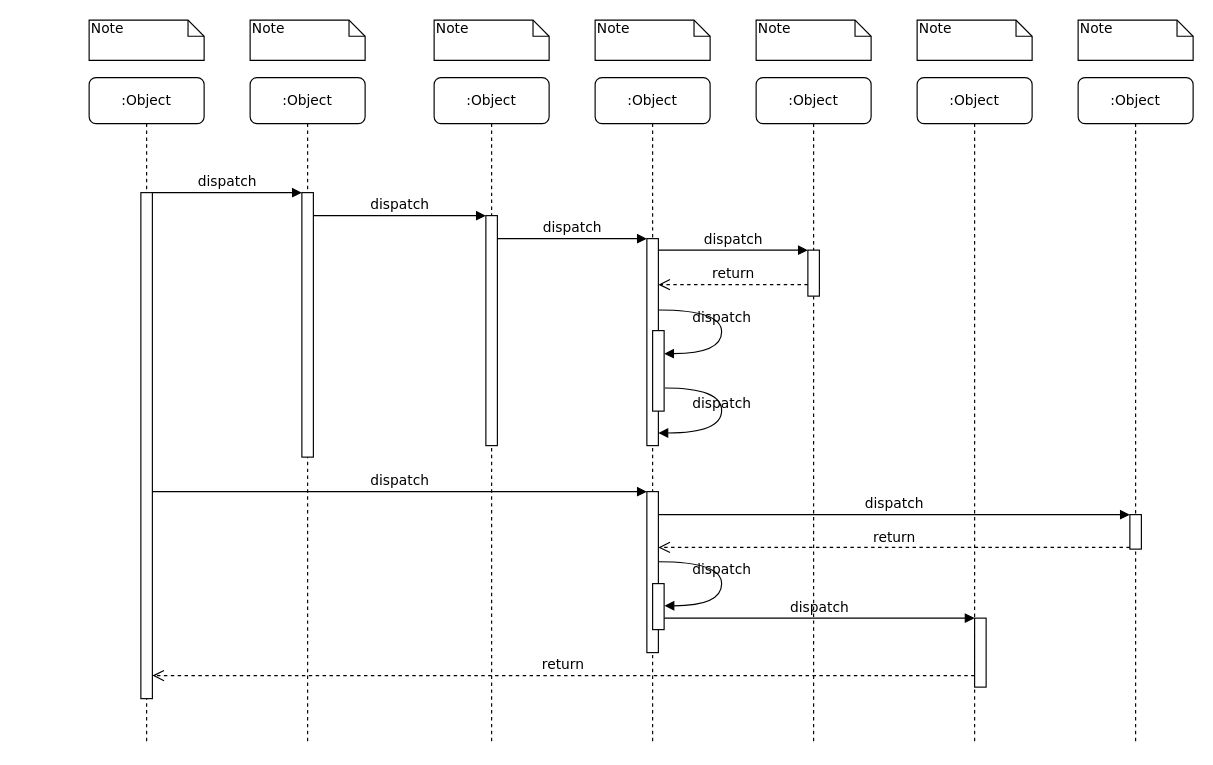
Before: Untitled Diagram.drawio in VinaiRamadhin/COMP2606A1, a draw.io diagram. Source tidied: cells renumbered, new cells numbered last; positions are measured from the earlier drawing's top-left corner, leaving out a move shared by most shapes. Both pictures are drawn from the tidied source at 115%, with x=0, y=0 at pixel (89, 20).
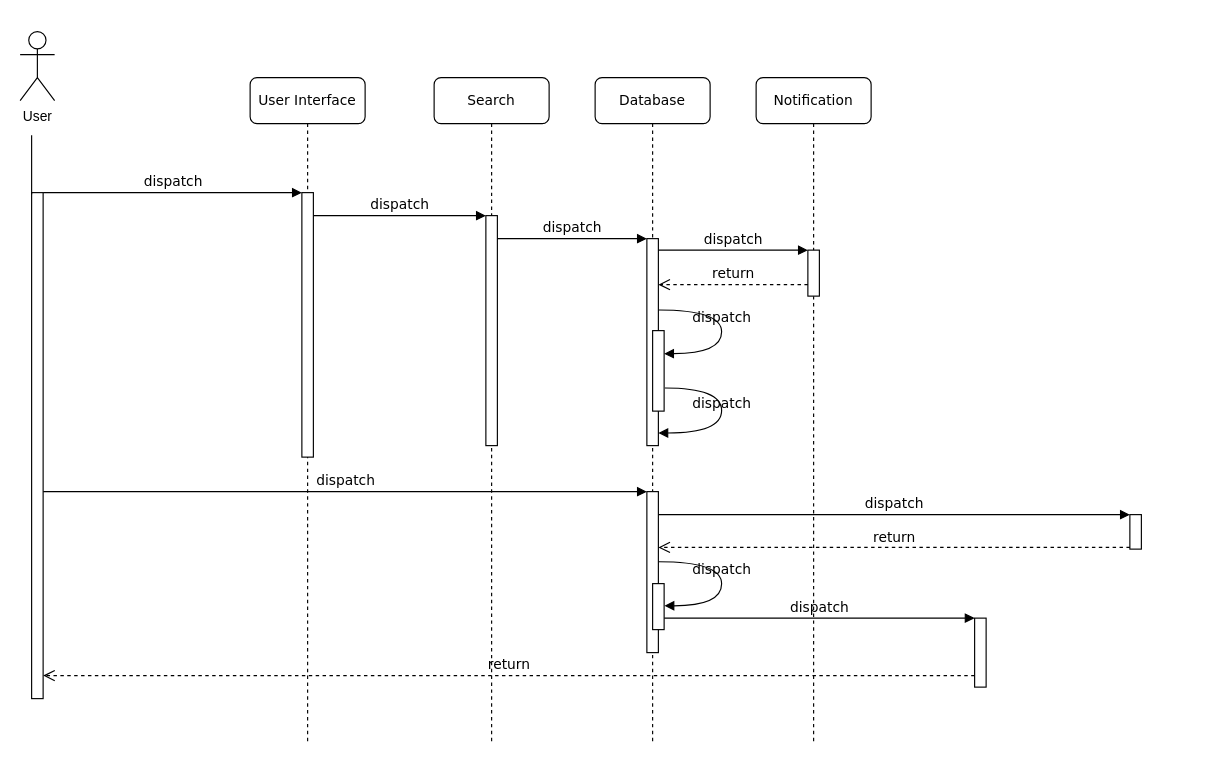
The same page after the edit.

Commit message:
sequence diagram

What changed in the source:
```diff
@@
-    <mxCell id="2" value=":Object" style="shape=umlLifeline;perimeter=lifelinePerimeter;whiteSpace=wrap;html=1;rounded=1;shadow=0;comic=0;labelBackgroundColor=none;strokeWidth=1;fontFamily=Verdana;fontSize=12;align=center;" parent="1" vertex="1">
+    <mxCell id="2" value="User Interface" style="shape=umlLifeline;perimeter=lifelinePerimeter;whiteSpace=wrap;html=1;rounded=1;shadow=0;comic=0;labelBackgroundColor=none;strokeWidth=1;fontFamily=Verdana;fontSize=12;align=center;" parent="1" vertex="1">
       <mxGeometry x="140" y="50" width="100" height="580" as="geometry" />
     </mxCell>
@@
-    <mxCell id="4" value=":Object" style="shape=umlLifeline;perimeter=lifelinePerimeter;whiteSpace=wrap;html=1;rounded=1;shadow=0;comic=0;labelBackgroundColor=none;strokeWidth=1;fontFamily=Verdana;fontSize=12;align=center;" parent="1" vertex="1">
+    <mxCell id="4" value="Search" style="shape=umlLifeline;perimeter=lifelinePerimeter;whiteSpace=wrap;html=1;rounded=1;shadow=0;comic=0;labelBackgroundColor=none;strokeWidth=1;fontFamily=Verdana;fontSize=12;align=center;" parent="1" vertex="1">
       <mxGeometry x="300" y="50" width="100" height="580" as="geometry" />
     </mxCell>
@@
-    <mxCell id="6" value=":Object" style="shape=umlLifeline;perimeter=lifelinePerimeter;whiteSpace=wrap;html=1;rounded=1;shadow=0;comic=0;labelBackgroundColor=none;strokeWidth=1;fontFamily=Verdana;fontSize=12;align=center;" parent="1" vertex="1">
+    <mxCell id="6" value="Database" style="shape=umlLifeline;perimeter=lifelinePerimeter;whiteSpace=wrap;html=1;rounded=1;shadow=0;comic=0;labelBackgroundColor=none;strokeWidth=1;fontFamily=Verdana;fontSize=12;align=center;" parent="1" vertex="1">
       <mxGeometry x="440" y="50" width="100" height="580" as="geometry" />
     </mxCell>
-    <mxCell id="7" value=":Object" style="shape=umlLifeline;perimeter=lifelinePerimeter;whiteSpace=wrap;html=1;rounded=1;shadow=0;comic=0;labelBackgroundColor=none;strokeWidth=1;fontFamily=Verdana;fontSize=12;align=center;" parent="1" vertex="1">
+    <mxCell id="7" value="Notification" style="shape=umlLifeline;perimeter=lifelinePerimeter;whiteSpace=wrap;html=1;rounded=1;shadow=0;comic=0;labelBackgroundColor=none;strokeWidth=1;fontFamily=Verdana;fontSize=12;align=center;" parent="1" vertex="1">
       <mxGeometry x="580" y="50" width="100" height="580" as="geometry" />
     </mxCell>
-    <mxCell id="8" value=":Object" style="shape=umlLifeline;perimeter=lifelinePerimeter;whiteSpace=wrap;html=1;rounded=1;shadow=0;comic=0;labelBackgroundColor=none;strokeWidth=1;fontFamily=Verdana;fontSize=12;align=center;" parent="1" vertex="1">
-      <mxGeometry x="720" y="50" width="100" height="580" as="geometry" />
-    </mxCell>
-    <mxCell id="9" value=":Object" style="shape=umlLifeline;perimeter=lifelinePerimeter;whiteSpace=wrap;html=1;rounded=1;shadow=0;comic=0;labelBackgroundColor=none;strokeWidth=1;fontFamily=Verdana;fontSize=12;align=center;" parent="1" vertex="1">
-      <mxGeometry x="860" y="50" width="100" height="580" as="geometry" />
-    </mxCell>
-    <mxCell id="10" value=":Object" style="shape=umlLifeline;perimeter=lifelinePerimeter;whiteSpace=wrap;html=1;rounded=1;shadow=0;comic=0;labelBackgroundColor=none;strokeWidth=1;fontFamily=Verdana;fontSize=12;align=center;" parent="1" vertex="1">
-      <mxGeometry y="50" width="100" height="580" as="geometry" />
-    </mxCell>
-    <mxCell id="11" style="html=1;points=[];perimeter=orthogonalPerimeter;rounded=0;shadow=0;comic=0;labelBackgroundColor=none;strokeWidth=1;fontFamily=Verdana;fontSize=12;align=center;" parent="10" vertex="1">
-      <mxGeometry x="45" y="100" width="10" height="440" as="geometry" />
-    </mxCell>
@@
-    <mxCell id="32" value="Note" style="shape=note;whiteSpace=wrap;html=1;size=14;verticalAlign=top;align=left;spacingTop=-6;rounded=0;shadow=0;comic=0;labelBackgroundColor=none;strokeWidth=1;fontFamily=Verdana;fontSize=12;" parent="1" vertex="1">
-      <mxGeometry width="100" height="35" as="geometry" />
-    </mxCell>
-    <mxCell id="33" value="Note" style="shape=note;whiteSpace=wrap;html=1;size=14;verticalAlign=top;align=left;spacingTop=-6;rounded=0;shadow=0;comic=0;labelBackgroundColor=none;strokeWidth=1;fontFamily=Verdana;fontSize=12;" parent="1" vertex="1">
-      <mxGeometry x="140" width="100" height="35" as="geometry" />
-    </mxCell>
-    <mxCell id="34" value="Note" style="shape=note;whiteSpace=wrap;html=1;size=14;verticalAlign=top;align=left;spacingTop=-6;rounded=0;shadow=0;comic=0;labelBackgroundColor=none;strokeWidth=1;fontFamily=Verdana;fontSize=12;" parent="1" vertex="1">
-      <mxGeometry x="300" width="100" height="35" as="geometry" />
-    </mxCell>
-    <mxCell id="35" value="Note" style="shape=note;whiteSpace=wrap;html=1;size=14;verticalAlign=top;align=left;spacingTop=-6;rounded=0;shadow=0;comic=0;labelBackgroundColor=none;strokeWidth=1;fontFamily=Verdana;fontSize=12;" parent="1" vertex="1">
-      <mxGeometry x="440" width="100" height="35" as="geometry" />
-    </mxCell>
-    <mxCell id="36" value="Note" style="shape=note;whiteSpace=wrap;html=1;size=14;verticalAlign=top;align=left;spacingTop=-6;rounded=0;shadow=0;comic=0;labelBackgroundColor=none;strokeWidth=1;fontFamily=Verdana;fontSize=12;" parent="1" vertex="1">
-      <mxGeometry x="580" width="100" height="35" as="geometry" />
-    </mxCell>
-    <mxCell id="37" value="Note" style="shape=note;whiteSpace=wrap;html=1;size=14;verticalAlign=top;align=left;spacingTop=-6;rounded=0;shadow=0;comic=0;labelBackgroundColor=none;strokeWidth=1;fontFamily=Verdana;fontSize=12;" parent="1" vertex="1">
-      <mxGeometry x="720" width="100" height="35" as="geometry" />
-    </mxCell>
-    <mxCell id="38" value="Note" style="shape=note;whiteSpace=wrap;html=1;size=14;verticalAlign=top;align=left;spacingTop=-6;rounded=0;shadow=0;comic=0;labelBackgroundColor=none;strokeWidth=1;fontFamily=Verdana;fontSize=12;" parent="1" vertex="1">
-      <mxGeometry x="860" width="100" height="35" as="geometry" />
-    </mxCell>
+    <mxCell id="39" value="User" style="shape=umlActor;verticalLabelPosition=bottom;verticalAlign=top;html=1;" parent="1" vertex="1">
+      <mxGeometry x="-60" y="10" width="30" height="60" as="geometry" />
+    </mxCell>
+    <mxCell id="11" style="html=1;points=[];perimeter=orthogonalPerimeter;rounded=0;shadow=0;comic=0;labelBackgroundColor=none;strokeWidth=1;fontFamily=Verdana;fontSize=12;align=center;" parent="1" vertex="1">
+      <mxGeometry x="-50" y="150" width="10" height="440" as="geometry" />
+    </mxCell>
+    <mxCell id="40" style="endArrow=none;html=1;rounded=0;entryX=0;entryY=0.003;entryDx=0;entryDy=0;entryPerimeter=0;" parent="1" edge="1" target="11">
+      <mxGeometry relative="1" as="geometry">
+        <mxPoint x="-50" y="100" as="sourcePoint" />
+      </mxGeometry>
+    </mxCell>
```
